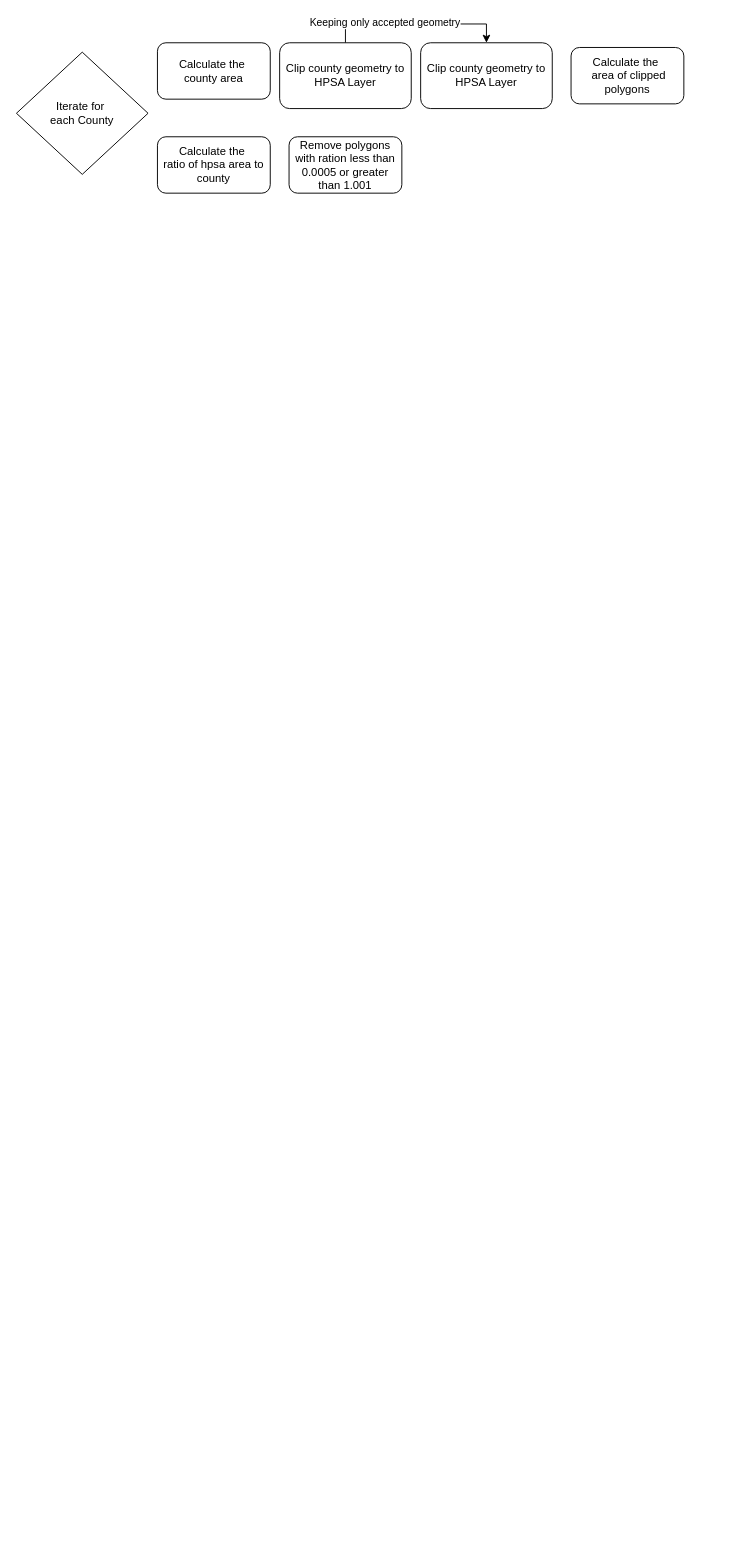
dealchre/gradDrawio keeps this draw.io diagram as HPSAmethodLogic.drawio. Above is the earlier version. Source tidied: cells renumbered, new cells numbered last; positions are measured from the earlier drawing's top-left corner, leaving out a move shared by most shapes. Both pictures are drawn from the tidied source at 94%, with x=0, y=0 at pixel (16, 42). Pictures stored in the file or linked from it are replaced by grey dashed boxes.
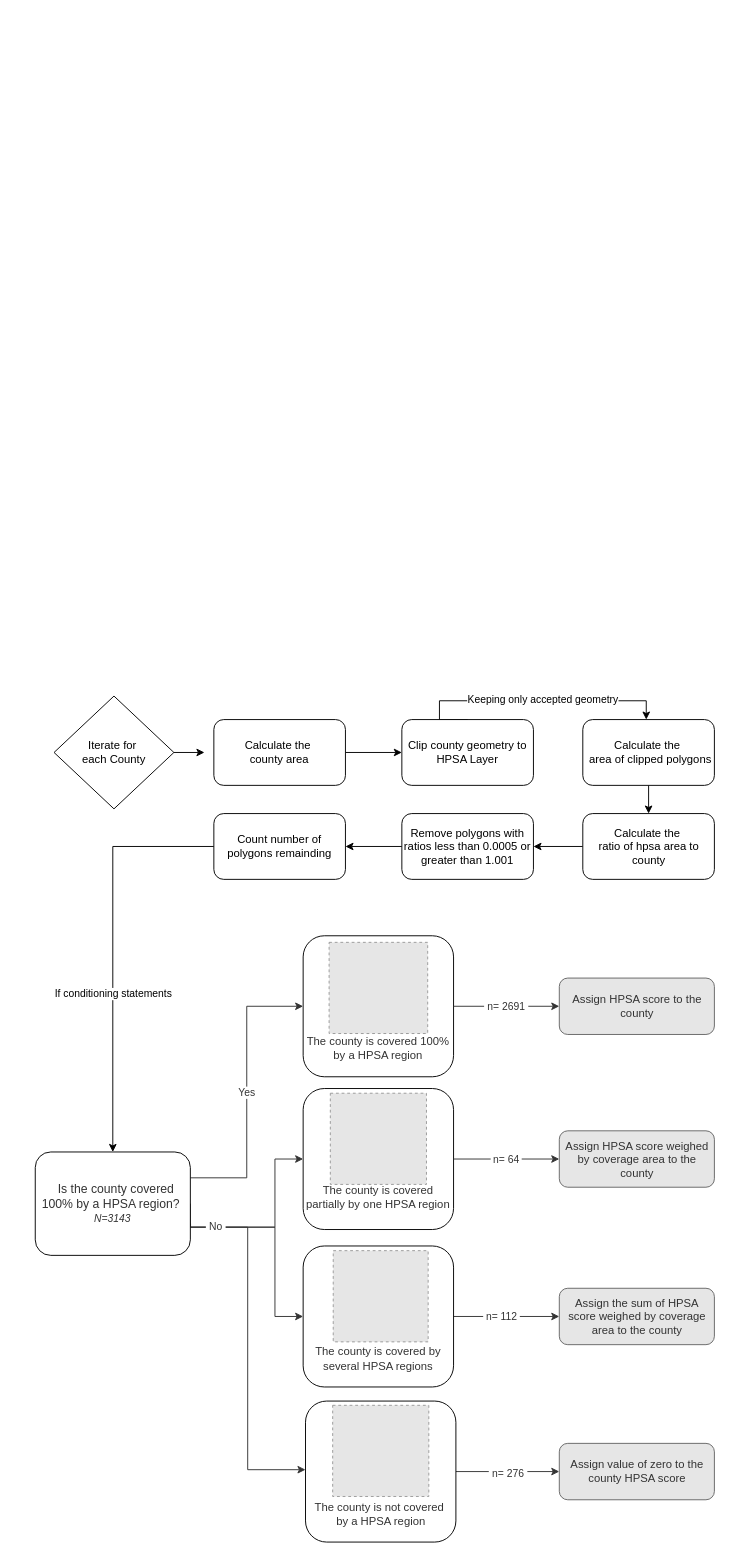
The same page after the edit.

What changed in the source:
```diff
@@
+    <mxCell id="11" style="edgeStyle=orthogonalEdgeStyle;rounded=0;jettySize=auto;html=1;exitX=1;exitY=0.5;exitDx=0;exitDy=0;entryX=0;entryY=0.5;entryDx=0;entryDy=0;" parent="1" edge="1" source="2" target="6">
+      <mxGeometry relative="1" as="geometry" />
+    </mxCell>
     <mxCell id="2" value="Calculate the&amp;nbsp;&lt;br&gt;&lt;div&gt;county area&lt;/div&gt;" style="rounded=1;whiteSpace=wrap;html=1;" parent="1" vertex="1">
-      <mxGeometry x="150" width="120" height="60" as="geometry" />
+      <mxGeometry x="210" y="720" width="140" height="70" as="geometry" />
     </mxCell>
+    <mxCell id="12" style="edgeStyle=orthogonalEdgeStyle;rounded=0;jettySize=auto;html=1;exitX=1;exitY=0.5;exitDx=0;exitDy=0;" parent="1" edge="1" source="3">
+      <mxGeometry relative="1" as="geometry">
+        <mxPoint x="200" y="755.1" as="targetPoint" />
+      </mxGeometry>
+    </mxCell>
     <mxCell id="3" value="Iterate for&amp;nbsp;&lt;div&gt;each County&lt;/div&gt;" style="rhombus;whiteSpace=wrap;html=1;" parent="1" vertex="1">
-      <mxGeometry y="10" width="140" height="130" as="geometry" />
+      <mxGeometry x="40" y="695" width="127.5" height="120" as="geometry" />
     </mxCell>
-    <mxCell id="4" style="edgeStyle=orthogonalEdgeStyle;rounded=0;jettySize=auto;html=1;exitX=0.5;exitY=0;exitDx=0;exitDy=0;entryX=0.5;entryY=0;entryDx=0;entryDy=0;" parent="1" edge="1" source="6" target="7">
-      <mxGeometry relative="1" as="geometry" />
+    <mxCell id="4" style="edgeStyle=orthogonalEdgeStyle;rounded=0;jettySize=auto;html=1;exitX=0.5;exitY=0;exitDx=0;exitDy=0;" parent="1" edge="1" source="6" target="8">
+      <mxGeometry relative="1" as="geometry">
+        <Array as="points">
+          <mxPoint x="450" y="720" />
+          <mxPoint x="450" y="700" />
+          <mxPoint x="670" y="700" />
+        </Array>
+      </mxGeometry>
     </mxCell>
     <mxCell id="5" value="Keeping only accepted geometry" style="edgeLabel;html=1;align=center;verticalAlign=middle;" parent="4" vertex="1">
-      <mxGeometry x="-0.36" y="2" relative="1" as="geometry" />
+      <mxGeometry x="-0.36" y="2" relative="1" as="geometry">
+        <mxPoint x="66" as="offset" />
+      </mxGeometry>
     </mxCell>
     <mxCell id="6" value="Clip county geometry to HPSA Layer" style="rounded=1;whiteSpace=wrap;html=1;" parent="1" vertex="1">
-      <mxGeometry x="280" width="140" height="70" as="geometry" />
+      <mxGeometry x="410" y="720" width="140" height="70" as="geometry" />
     </mxCell>
-    <mxCell id="7" value="Clip county geometry to HPSA Layer" style="rounded=1;whiteSpace=wrap;html=1;" parent="1" vertex="1">
-      <mxGeometry x="430" width="140" height="70" as="geometry" />
-    </mxCell>
+    <mxCell id="13" style="edgeStyle=orthogonalEdgeStyle;rounded=0;jettySize=auto;html=1;exitX=0.5;exitY=1;exitDx=0;exitDy=0;entryX=0.5;entryY=0;entryDx=0;entryDy=0;" parent="1" edge="1" source="8" target="10">
+      <mxGeometry relative="1" as="geometry" />
+    </mxCell>
     <mxCell id="8" value="Calculate the&amp;nbsp;&lt;br&gt;&lt;div&gt;&amp;nbsp;area of clipped polygons&lt;/div&gt;" style="rounded=1;whiteSpace=wrap;html=1;" parent="1" vertex="1">
-      <mxGeometry x="590" y="5" width="120" height="60" as="geometry" />
+      <mxGeometry x="602.5" y="720" width="140" height="70" as="geometry" />
     </mxCell>
+    <mxCell id="14" style="edgeStyle=orthogonalEdgeStyle;rounded=0;jettySize=auto;html=1;exitX=0;exitY=0.5;exitDx=0;exitDy=0;entryX=1;entryY=0.5;entryDx=0;entryDy=0;" parent="1" edge="1" source="9" target="18">
+      <mxGeometry relative="1" as="geometry" />
+    </mxCell>
-    <mxCell id="9" value="Remove polygons with ration less than 0.0005 or greater than 1.001" style="rounded=1;whiteSpace=wrap;html=1;" parent="1" vertex="1">
-      <mxGeometry x="290" y="100" width="120" height="60" as="geometry" />
+    <mxCell id="9" value="Remove polygons with ratios less than 0.0005 or greater than 1.001" style="rounded=1;whiteSpace=wrap;html=1;" parent="1" vertex="1">
+      <mxGeometry x="410" y="820" width="140" height="70" as="geometry" />
     </mxCell>
+    <mxCell id="15" style="edgeStyle=orthogonalEdgeStyle;rounded=0;jettySize=auto;html=1;exitX=0;exitY=0.5;exitDx=0;exitDy=0;entryX=1;entryY=0.5;entryDx=0;entryDy=0;" parent="1" edge="1" source="10" target="9">
+      <mxGeometry relative="1" as="geometry" />
+    </mxCell>
     <mxCell id="10" value="Calculate the&amp;nbsp;&lt;br&gt;&lt;div&gt;ratio of hpsa area to county&lt;/div&gt;" style="rounded=1;whiteSpace=wrap;html=1;" parent="1" vertex="1">
-      <mxGeometry x="150" y="100" width="120" height="60" as="geometry" />
+      <mxGeometry x="602.5" y="820" width="140" height="70" as="geometry" />
     </mxCell>
+    <mxCell id="16" style="edgeStyle=orthogonalEdgeStyle;rounded=0;jettySize=auto;html=1;exitX=0;exitY=0.5;exitDx=0;exitDy=0;entryX=0.5;entryY=0;entryDx=0;entryDy=0;" parent="1" edge="1" source="18" target="47">
+      <mxGeometry relative="1" as="geometry" />
+    </mxCell>
+    <mxCell id="17" value="&amp;nbsp;If conditioning statements&amp;nbsp;" style="edgeLabel;html=1;align=center;verticalAlign=middle;" parent="16" vertex="1">
+      <mxGeometry x="0.22" relative="1" as="geometry" />
+    </mxCell>
+    <mxCell id="18" value="Count number of polygons remainding" style="rounded=1;whiteSpace=wrap;html=1;" parent="1" vertex="1">
+      <mxGeometry x="210" y="820" width="140" height="70" as="geometry" />
+    </mxCell>
+    <mxCell id="19" value="Assign the sum of HPSA score weighed by coverage area to the county" style="rounded=1;whiteSpace=wrap;html=1;fillColor=#E6E6E6;strokeColor=#666666;fontColor=#333333;" parent="1" vertex="1">
+      <mxGeometry x="577.5" y="1325" width="165" height="60" as="geometry" />
+    </mxCell>
+    <mxCell id="20" value="Assign value of zero to the county HPSA score" style="rounded=1;whiteSpace=wrap;html=1;fillColor=#E6E6E6;strokeColor=#666666;fontColor=#333333;" parent="1" vertex="1">
+      <mxGeometry x="577.5" y="1490" width="165" height="60" as="geometry" />
+    </mxCell>
+    <mxCell id="21" value="Assign HPSA score weighed by coverage area to the county" style="rounded=1;whiteSpace=wrap;html=1;fillColor=#E6E6E6;strokeColor=#666666;fontColor=#333333;" parent="1" vertex="1">
+      <mxGeometry x="577.5" y="1157.5" width="165" height="60" as="geometry" />
+    </mxCell>
+    <mxCell id="22" value="Assign HPSA score to the county" style="rounded=1;whiteSpace=wrap;html=1;fillColor=#E6E6E6;strokeColor=#666666;fontColor=#333333;" parent="1" vertex="1">
+      <mxGeometry x="577.5" y="995" width="165" height="60" as="geometry" />
+    </mxCell>
+    <mxCell id="23" style="group;fontColor=#333333;" parent="1" vertex="1">
+      <mxGeometry x="305" y="960" width="160" height="140" as="geometry" />
+    </mxCell>
+    <mxCell id="24" style="rounded=1;whiteSpace=wrap;html=1;fontColor=#333333;" parent="23" vertex="1">
+      <mxGeometry y="-10" width="160" height="150" as="geometry" />
+    </mxCell>
+    <mxCell id="25" value="The county is covered 100% by a HPSA region" style="rounded=1;whiteSpace=wrap;html=1;fillColor=none;strokeColor=none;fontColor=#333333;arcSize=50;" parent="23" vertex="1">
+      <mxGeometry y="80" width="160" height="60" as="geometry" />
+    </mxCell>
+    <mxCell id="26" style="fillColor=#E6E6E6;strokeColor=#999999;dashed=1;verticalLabelPosition=bottom;labelBackgroundColor=default;verticalAlign=top;fontColor=#333333;" parent="23" vertex="1">
+      <mxGeometry x="27.6" y="-3" width="104.9" height="97" as="geometry" />
+    </mxCell>
+    <mxCell id="27" style="group;fontColor=#333333;" parent="1" vertex="1">
+      <mxGeometry x="305" y="1117.5" width="160" height="145" as="geometry" />
+    </mxCell>
+    <mxCell id="28" style="rounded=1;whiteSpace=wrap;html=1;fontColor=#333333;" parent="27" vertex="1">
+      <mxGeometry y="-5" width="160" height="150" as="geometry" />
+    </mxCell>
+    <mxCell id="29" value="The county is covered partially by one HPSA region" style="rounded=1;whiteSpace=wrap;html=1;fillColor=none;strokeColor=none;fontColor=#333333;" parent="27" vertex="1">
+      <mxGeometry y="80" width="160" height="60" as="geometry" />
+    </mxCell>
+    <mxCell id="30" style="fillColor=#E6E6E6;strokeColor=#999999;dashed=1;verticalLabelPosition=bottom;labelBackgroundColor=default;verticalAlign=top;fontColor=#333333;" parent="27" vertex="1">
+      <mxGeometry x="28.9" width="102.3" height="97" as="geometry" />
+    </mxCell>
+    <mxCell id="31" style="edgeStyle=orthogonalEdgeStyle;rounded=0;jettySize=auto;html=1;exitX=1;exitY=0.5;exitDx=0;exitDy=0;entryX=0;entryY=0.5;entryDx=0;entryDy=0;fontColor=#333333;strokeColor=#333333;" parent="1" edge="1" source="33" target="19">
+      <mxGeometry relative="1" as="geometry" />
+    </mxCell>
+    <mxCell id="32" value="&amp;nbsp;n= 112&amp;nbsp;" style="edgeLabel;html=1;align=center;verticalAlign=middle;fontColor=#333333;" parent="31" vertex="1">
+      <mxGeometry x="-0.11" y="1" relative="1" as="geometry" />
+    </mxCell>
+    <mxCell id="33" style="rounded=1;whiteSpace=wrap;html=1;fontColor=#333333;" parent="1" vertex="1">
+      <mxGeometry x="305" y="1280" width="160" height="150" as="geometry" />
+    </mxCell>
+    <mxCell id="34" value="The county is covered by several HPSA regions" style="rounded=1;whiteSpace=wrap;html=1;fillColor=none;strokeColor=none;fontColor=#333333;" parent="1" vertex="1">
+      <mxGeometry x="305" y="1370" width="160" height="60" as="geometry" />
+    </mxCell>
+    <mxCell id="35" style="fillColor=#E6E6E6;strokeColor=#999999;dashed=1;verticalLabelPosition=bottom;labelBackgroundColor=default;verticalAlign=top;fontColor=#333333;" parent="1" vertex="1">
+      <mxGeometry x="337" y="1285" width="101" height="97" as="geometry" />
+    </mxCell>
+    <mxCell id="36" style="edgeStyle=orthogonalEdgeStyle;rounded=0;jettySize=auto;html=1;exitX=1;exitY=0.5;exitDx=0;exitDy=0;entryX=0;entryY=0.5;entryDx=0;entryDy=0;fontColor=#333333;strokeColor=#333333;" parent="1" edge="1" source="38" target="20">
+      <mxGeometry relative="1" as="geometry" />
+    </mxCell>
+    <mxCell id="37" value="&amp;nbsp;n= 276&amp;nbsp;" style="edgeLabel;html=1;align=center;verticalAlign=middle;fontColor=#333333;" parent="36" vertex="1">
+      <mxGeometry y="-1" relative="1" as="geometry" />
+    </mxCell>
+    <mxCell id="38" style="rounded=1;whiteSpace=wrap;html=1;fontColor=#333333;" parent="1" vertex="1">
+      <mxGeometry x="307.5" y="1445" width="160" height="150" as="geometry" />
+    </mxCell>
+    <mxCell id="39" style="fillColor=#E6E6E6;strokeColor=#999999;dashed=1;verticalLabelPosition=bottom;labelBackgroundColor=default;verticalAlign=top;fontColor=#333333;" parent="1" vertex="1">
+      <mxGeometry x="336.4" y="1449.5" width="102.3" height="97" as="geometry" />
+    </mxCell>
+    <mxCell id="40" value="The county is not covered&amp;nbsp;&lt;div&gt;by a HPSA region&lt;/div&gt;" style="rounded=1;whiteSpace=wrap;html=1;fillColor=none;strokeColor=none;fontColor=#333333;" parent="1" vertex="1">
+      <mxGeometry x="307.5" y="1535" width="160" height="60" as="geometry" />
+    </mxCell>
+    <mxCell id="41" value="&amp;nbsp;n= 2691&amp;nbsp;" style="edgeStyle=orthogonalEdgeStyle;rounded=0;jettySize=auto;html=1;fontColor=#333333;strokeColor=#333333;" parent="1" edge="1" source="24" target="22">
+      <mxGeometry relative="1" as="geometry" />
+    </mxCell>
+    <mxCell id="42" value="&amp;nbsp;n= 64&amp;nbsp;" style="edgeStyle=orthogonalEdgeStyle;rounded=0;jettySize=auto;html=1;exitX=1;exitY=0.5;exitDx=0;exitDy=0;entryX=0;entryY=0.5;entryDx=0;entryDy=0;fontColor=#333333;strokeColor=#333333;" parent="1" edge="1" source="28" target="21">
+      <mxGeometry relative="1" as="geometry" />
+    </mxCell>
+    <mxCell id="43" value="&amp;nbsp;Yes&amp;nbsp;" style="edgeStyle=orthogonalEdgeStyle;rounded=0;jettySize=auto;html=1;exitX=1;exitY=0.25;exitDx=0;exitDy=0;entryX=0;entryY=0.5;entryDx=0;entryDy=0;fontColor=#333333;strokeColor=#333333;" parent="1" edge="1" source="47" target="24">
+      <mxGeometry relative="1" as="geometry" />
+    </mxCell>
+    <mxCell id="44" style="edgeStyle=orthogonalEdgeStyle;rounded=0;jettySize=auto;html=1;exitX=1;exitY=0.5;exitDx=0;exitDy=0;entryX=0;entryY=0.5;entryDx=0;entryDy=0;fontColor=#333333;strokeColor=#333333;" parent="1" edge="1" source="47" target="28">
+      <mxGeometry relative="1" as="geometry">
+        <Array as="points">
+          <mxPoint x="185" y="1260" />
+          <mxPoint x="275" y="1260" />
+          <mxPoint x="275" y="1188" />
+        </Array>
+      </mxGeometry>
+    </mxCell>
+    <mxCell id="45" style="edgeStyle=orthogonalEdgeStyle;rounded=0;jettySize=auto;html=1;entryX=0;entryY=0.5;entryDx=0;entryDy=0;fontColor=#333333;strokeColor=#333333;" parent="1" edge="1" target="33">
+      <mxGeometry relative="1" as="geometry">
+        <mxPoint x="175" y="1255" as="sourcePoint" />
+        <Array as="points">
+          <mxPoint x="175" y="1260" />
+          <mxPoint x="275" y="1260" />
+          <mxPoint x="275" y="1355" />
+        </Array>
+      </mxGeometry>
+    </mxCell>
+    <mxCell id="46" value="&amp;nbsp;No&amp;nbsp;" style="edgeStyle=orthogonalEdgeStyle;rounded=0;orthogonalLoop=1;jettySize=auto;html=1;exitX=1.001;exitY=0.712;exitDx=0;exitDy=0;entryX=0;entryY=0.5;entryDx=0;entryDy=0;exitPerimeter=0;fontColor=#333333;strokeColor=#333333;" parent="1" edge="1">
+      <mxGeometry x="-0.84" relative="1" as="geometry">
+        <mxPoint x="185.2" y="1256.3" as="sourcePoint" />
+        <mxPoint x="307.5" y="1518" as="targetPoint" />
+        <Array as="points">
+          <mxPoint x="185" y="1260" />
+          <mxPoint x="246" y="1260" />
+          <mxPoint x="246" y="1518" />
+        </Array>
+      </mxGeometry>
+    </mxCell>
+    <mxCell id="47" value="&amp;nbsp; Is the county covered 100% by a HPSA region?&amp;nbsp;&lt;div&gt;&lt;i&gt;&lt;font style=&quot;font-size: 11px;&quot;&gt;N=3143&lt;/font&gt;&lt;/i&gt;&lt;/div&gt;" style="rounded=1;whiteSpace=wrap;html=1;fontSize=13;fontColor=#333333;" parent="1" vertex="1">
+      <mxGeometry x="20" y="1180" width="165" height="110" as="geometry" />
+    </mxCell>
```
